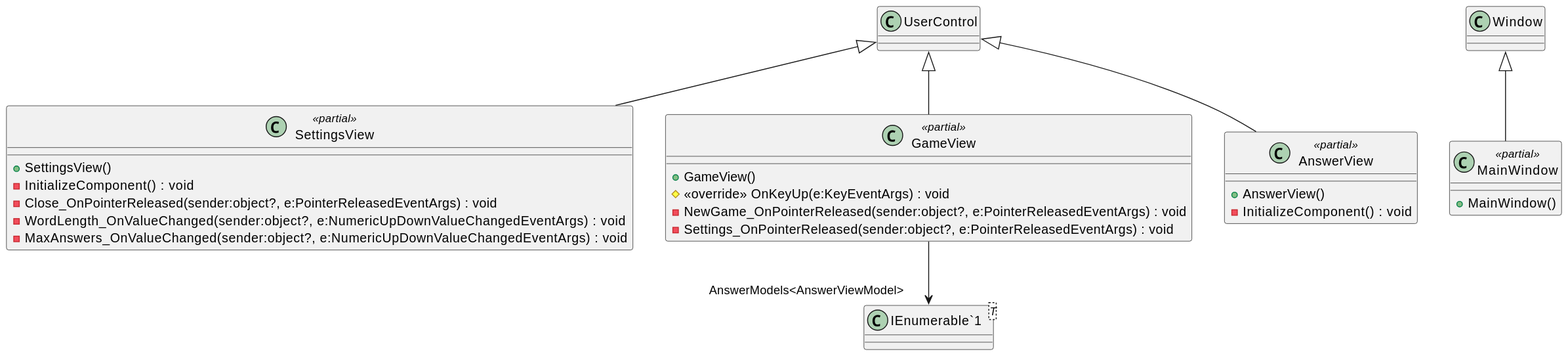
Earlier version of the PlantUML export PlantUML/Views/include.svg (Caellian/UNIRI_OP_project). Source of this version:
```plantuml
@startuml
!include ./SettingsView.axaml.puml
!include ./GameView.axaml.puml
!include ./MainWindowView.axaml.puml
!include ./AnswerView.axaml.puml
@enduml
```
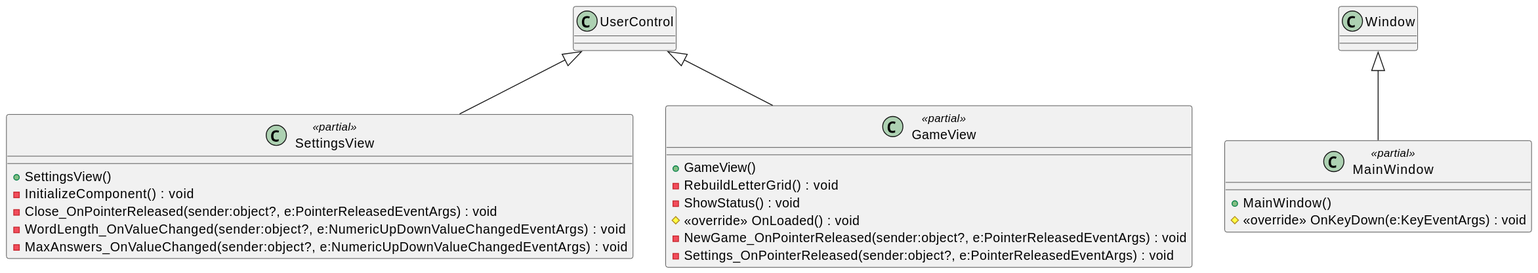
After the commit.

The edit, as a diff of the source:
```diff
@@ -2,5 +2,4 @@
 !include ./SettingsView.axaml.puml
 !include ./GameView.axaml.puml
 !include ./MainWindowView.axaml.puml
-!include ./AnswerView.axaml.puml
 @enduml
```
